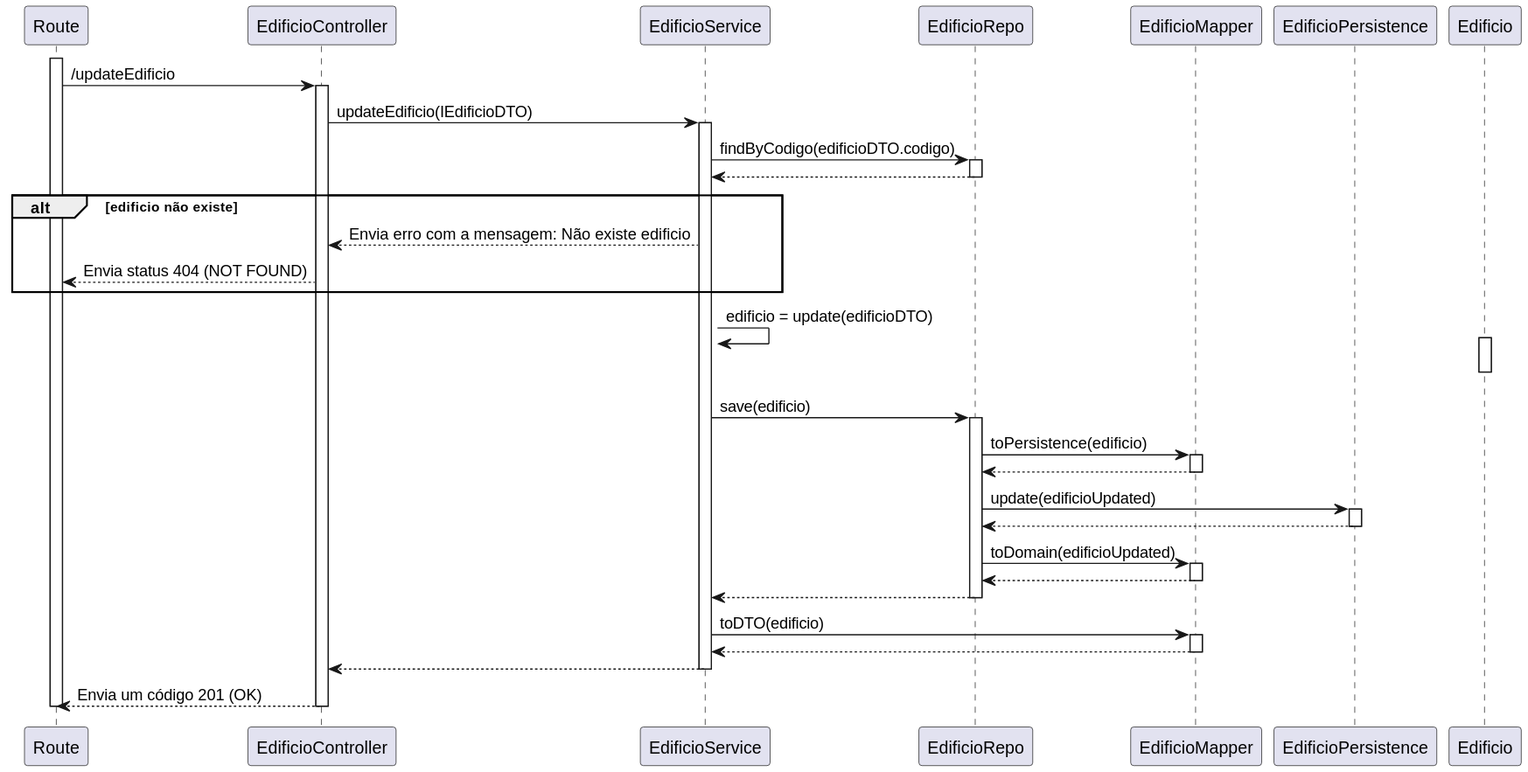
Above: docs/use_cases/UC160/Nivel 3/vp3.svg in SlimJesus25/SEM5_PI (PlantUML), before the change.
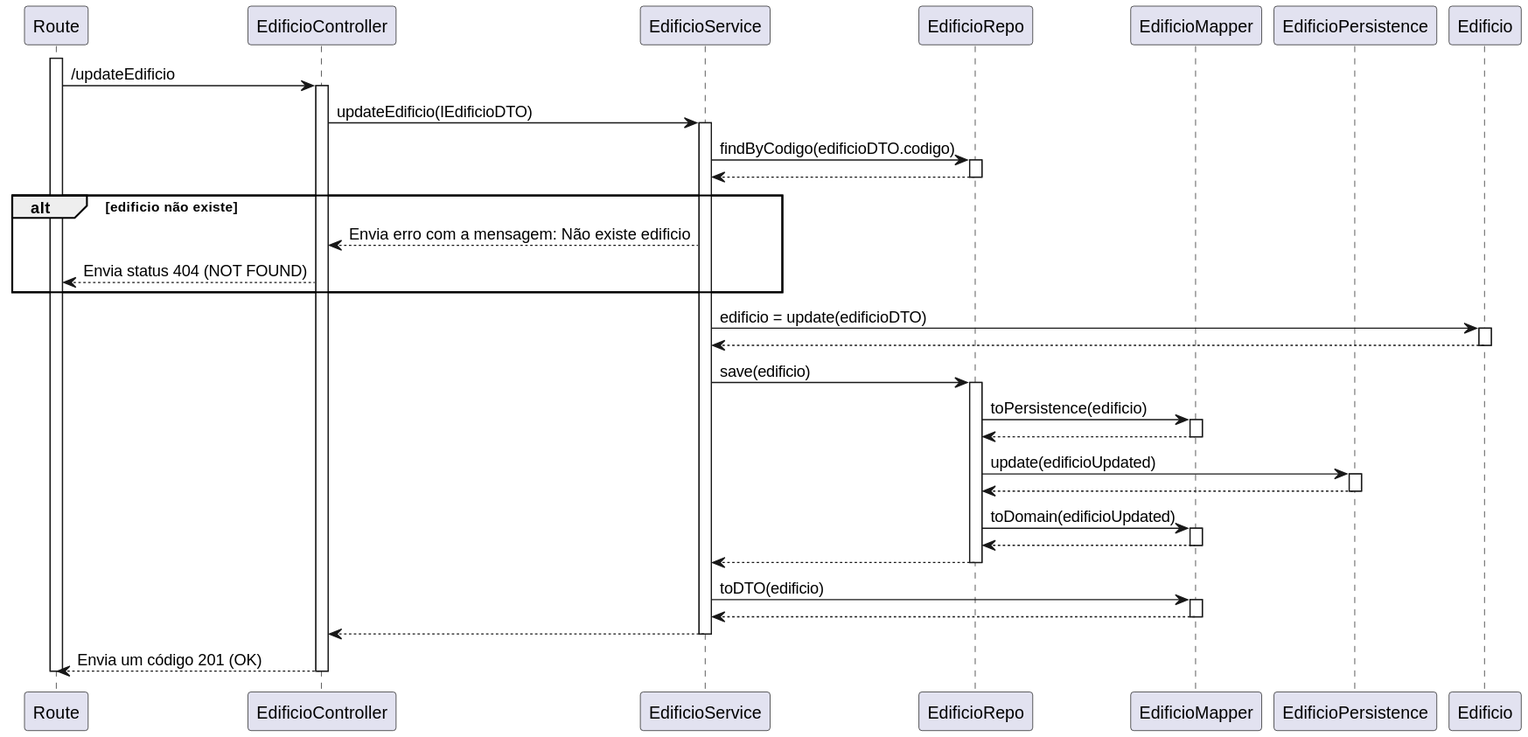
The same file after the commit.

The edit, as a diff of the source:
```diff
@@ -21,8 +21,9 @@
     svc --> ctrl : Envia erro com a mensagem: Não existe edificio
     ctrl --> route : Envia status 404 (NOT FOUND)
 end
-svc -> svc : edificio = update(edificioDTO)
+svc -> model : edificio = update(edificioDTO)
 activate model
+model --> svc :
 deactivate model
 svc -> repoEdi : save(edificio)
 activate repoEdi
```
